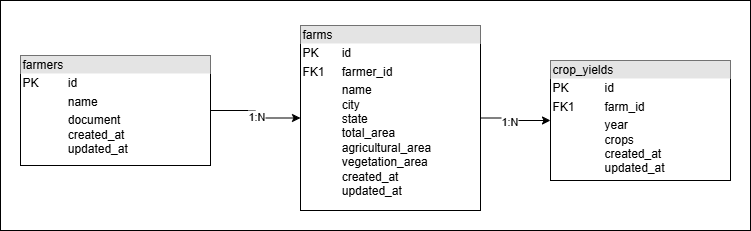
Before: docs/assets/database/logical-model.png, a diagram exported from draw.io (gui10l1/brain-agriculture-backend). Source tidied: cells renumbered, new cells last; positions are measured from the earlier drawing's top-left corner, leaving out a move shared by most shapes.
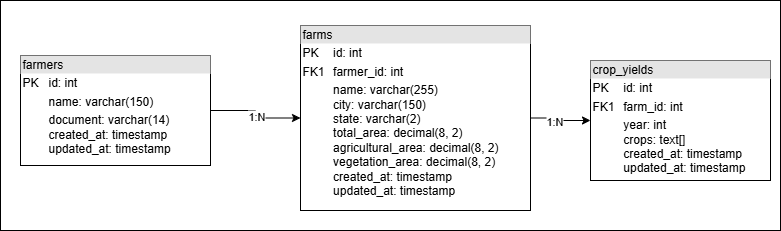
The same file after the commit.

Commit message:
update: farm area columns type - decimal precision from 5 to 8

What changed in the source:
```diff
@@ -3,7 +3,7 @@
     <mxCell id="0" />
     <mxCell id="1" parent="0" />
     <mxCell id="2" style="rounded=0;whiteSpace=wrap;html=1;" parent="1" vertex="1">
-      <mxGeometry width="750" height="230" as="geometry" />
+      <mxGeometry width="780" height="230" as="geometry" />
     </mxCell>
     <mxCell id="3" style="edgeStyle=orthogonalEdgeStyle;rounded=0;jettySize=auto;html=1;" parent="1" edge="1" source="5" target="8">
       <mxGeometry relative="1" as="geometry" />
@@ -11,7 +11,7 @@
     <mxCell id="4" value="1:N" style="edgeLabel;html=1;align=center;verticalAlign=middle;" parent="3" vertex="1">
       <mxGeometry x="0.02" relative="1" as="geometry" />
     </mxCell>
-    <mxCell id="5" value="&lt;div style=&quot;box-sizing: border-box; width: 100%; background: rgb(228, 228, 228); padding: 2px;&quot;&gt;farmers&lt;/div&gt;&lt;table style=&quot;width:100%;font-size:1em;&quot; cellpadding=&quot;2&quot; cellspacing=&quot;0&quot;&gt;&lt;tbody&gt;&lt;tr&gt;&lt;td&gt;PK&lt;/td&gt;&lt;td&gt;id&lt;/td&gt;&lt;/tr&gt;&lt;tr&gt;&lt;td&gt;&lt;br&gt;&lt;/td&gt;&lt;td&gt;name&lt;/td&gt;&lt;/tr&gt;&lt;tr&gt;&lt;td&gt;&lt;/td&gt;&lt;td&gt;document&lt;br&gt;created_at&lt;br&gt;updated_at&lt;br&gt;&lt;br&gt;&lt;/td&gt;&lt;/tr&gt;&lt;/tbody&gt;&lt;/table&gt;" style="verticalAlign=top;align=left;overflow=fill;html=1;whiteSpace=wrap;" parent="1" vertex="1">
+    <mxCell id="5" value="&lt;div style=&quot;box-sizing: border-box; width: 100%; background: rgb(228, 228, 228); padding: 2px;&quot;&gt;farmers&lt;/div&gt;&lt;table style=&quot;width:100%;font-size:1em;&quot; cellpadding=&quot;2&quot; cellspacing=&quot;0&quot;&gt;&lt;tbody&gt;&lt;tr&gt;&lt;td&gt;PK&lt;/td&gt;&lt;td&gt;id: int&lt;/td&gt;&lt;/tr&gt;&lt;tr&gt;&lt;td&gt;&lt;br&gt;&lt;/td&gt;&lt;td&gt;name: varchar(150)&lt;/td&gt;&lt;/tr&gt;&lt;tr&gt;&lt;td&gt;&lt;/td&gt;&lt;td&gt;document: varchar(14)&lt;br&gt;created_at: timestamp&lt;br&gt;updated_at: timestamp&lt;br&gt;&lt;br&gt;&lt;/td&gt;&lt;/tr&gt;&lt;/tbody&gt;&lt;/table&gt;" style="verticalAlign=top;align=left;overflow=fill;html=1;whiteSpace=wrap;" parent="1" vertex="1">
       <mxGeometry x="20" y="55" width="190" height="110" as="geometry" />
     </mxCell>
     <mxCell id="6" style="edgeStyle=orthogonalEdgeStyle;rounded=0;jettySize=auto;html=1;" parent="1" edge="1" source="8" target="9">
@@ -22,11 +22,11 @@
         <mxPoint x="-7" y="-2" as="offset" />
       </mxGeometry>
     </mxCell>
-    <mxCell id="8" value="&lt;div style=&quot;box-sizing: border-box; width: 100%; background: rgb(228, 228, 228); padding: 2px;&quot;&gt;farms&lt;/div&gt;&lt;table style=&quot;width:100%;font-size:1em;&quot; cellpadding=&quot;2&quot; cellspacing=&quot;0&quot;&gt;&lt;tbody&gt;&lt;tr&gt;&lt;td&gt;PK&lt;/td&gt;&lt;td&gt;id&lt;/td&gt;&lt;/tr&gt;&lt;tr&gt;&lt;td&gt;FK1&lt;/td&gt;&lt;td&gt;farmer_id&lt;/td&gt;&lt;/tr&gt;&lt;tr&gt;&lt;td&gt;&lt;br&gt;&lt;/td&gt;&lt;td&gt;name&lt;br&gt;city&lt;br&gt;state&lt;br&gt;total_area&lt;br&gt;agricultural_area&lt;br&gt;vegetation_area&lt;br&gt;created_at&lt;br&gt;updated_at&lt;br&gt;&lt;/td&gt;&lt;/tr&gt;&lt;/tbody&gt;&lt;/table&gt;" style="verticalAlign=top;align=left;overflow=fill;html=1;whiteSpace=wrap;" parent="1" vertex="1">
-      <mxGeometry x="300" y="25" width="180" height="185" as="geometry" />
+    <mxCell id="8" value="&lt;div style=&quot;box-sizing: border-box; width: 100%; background: rgb(228, 228, 228); padding: 2px;&quot;&gt;farms&lt;/div&gt;&lt;table style=&quot;width:100%;font-size:1em;&quot; cellpadding=&quot;2&quot; cellspacing=&quot;0&quot;&gt;&lt;tbody&gt;&lt;tr&gt;&lt;td&gt;PK&lt;/td&gt;&lt;td&gt;id: int&lt;/td&gt;&lt;/tr&gt;&lt;tr&gt;&lt;td&gt;FK1&lt;/td&gt;&lt;td&gt;farmer_id: int&lt;/td&gt;&lt;/tr&gt;&lt;tr&gt;&lt;td&gt;&lt;br&gt;&lt;/td&gt;&lt;td&gt;name: varchar(255)&lt;br&gt;city: varchar(150)&lt;br&gt;state: varchar(2)&lt;br&gt;total_area: decimal(8, 2)&lt;br&gt;agricultural_area: decimal(8, 2)&lt;br&gt;vegetation_area: decimal(8, 2)&lt;br&gt;created_at: timestamp&lt;br&gt;updated_at: timestamp&lt;br&gt;&lt;/td&gt;&lt;/tr&gt;&lt;/tbody&gt;&lt;/table&gt;" style="verticalAlign=top;align=left;overflow=fill;html=1;whiteSpace=wrap;" parent="1" vertex="1">
+      <mxGeometry x="300" y="25" width="230" height="185" as="geometry" />
     </mxCell>
-    <mxCell id="9" value="&lt;div style=&quot;box-sizing: border-box; width: 100%; background: rgb(228, 228, 228); padding: 2px;&quot;&gt;crop_yields&lt;/div&gt;&lt;table style=&quot;width:100%;font-size:1em;&quot; cellpadding=&quot;2&quot; cellspacing=&quot;0&quot;&gt;&lt;tbody&gt;&lt;tr&gt;&lt;td&gt;PK&lt;/td&gt;&lt;td&gt;id&lt;/td&gt;&lt;/tr&gt;&lt;tr&gt;&lt;td&gt;FK1&lt;/td&gt;&lt;td&gt;farm_id&lt;/td&gt;&lt;/tr&gt;&lt;tr&gt;&lt;td&gt;&lt;/td&gt;&lt;td&gt;year&lt;br&gt;crops&lt;br&gt;created_at&lt;br&gt;updated_at&lt;/td&gt;&lt;/tr&gt;&lt;/tbody&gt;&lt;/table&gt;" style="verticalAlign=top;align=left;overflow=fill;html=1;whiteSpace=wrap;" parent="1" vertex="1">
-      <mxGeometry x="550" y="60" width="180" height="120" as="geometry" />
+    <mxCell id="9" value="&lt;div style=&quot;box-sizing: border-box; width: 100%; background: rgb(228, 228, 228); padding: 2px;&quot;&gt;crop_yields&lt;/div&gt;&lt;table style=&quot;width:100%;font-size:1em;&quot; cellpadding=&quot;2&quot; cellspacing=&quot;0&quot;&gt;&lt;tbody&gt;&lt;tr&gt;&lt;td&gt;PK&lt;/td&gt;&lt;td&gt;id: int&lt;/td&gt;&lt;/tr&gt;&lt;tr&gt;&lt;td&gt;FK1&lt;/td&gt;&lt;td&gt;farm_id: int&lt;/td&gt;&lt;/tr&gt;&lt;tr&gt;&lt;td&gt;&lt;/td&gt;&lt;td&gt;year: int&lt;br&gt;crops: text[]&lt;br&gt;created_at: timestamp&lt;br&gt;updated_at: timestamp&lt;/td&gt;&lt;/tr&gt;&lt;/tbody&gt;&lt;/table&gt;" style="verticalAlign=top;align=left;overflow=fill;html=1;whiteSpace=wrap;" parent="1" vertex="1">
+      <mxGeometry x="590" y="60" width="180" height="120" as="geometry" />
     </mxCell>
   </root>
 </mxGraphModel>
```
